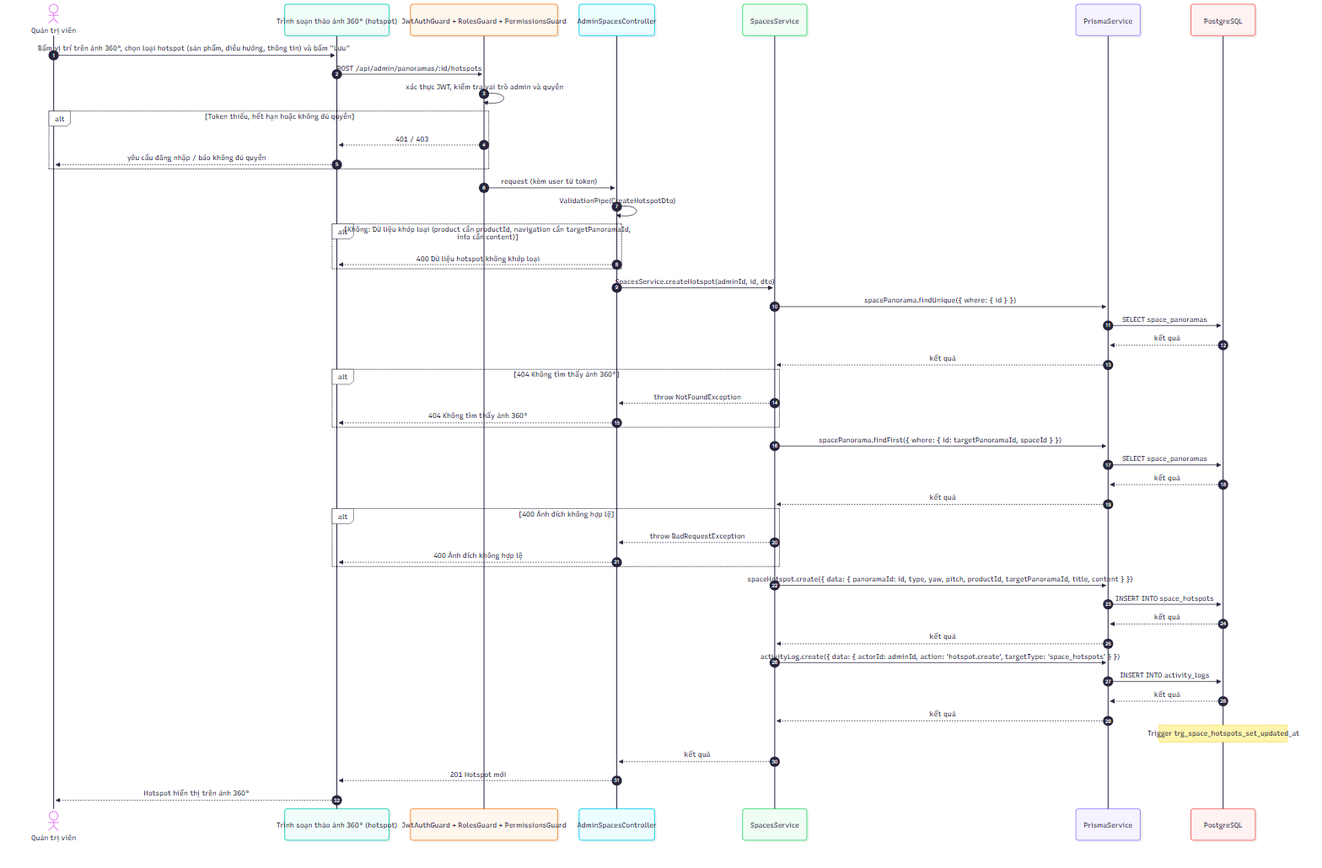
2431540234-arch/XDUDTMDT keeps this Mermaid diagram as docs/diagrams/png/sequence_UC-ADM-16_quan-ly-diem-tuong-tac-hotspot-tren-anh-360.png. Above is the earlier version. Its source is kept beside it as docs/diagrams/src/sequence_UC-ADM-16_quan-ly-diem-tuong-tac-hotspot-tren-anh-360.mmd. The source it was exported from:
```mermaid
sequenceDiagram
    autonumber
    actor A as Quản trị viên
    participant FE as Trình soạn thảo ảnh 360° (hotspot)
    participant G as JwtAuthGuard + RolesGuard + PermissionsGuard
    participant C as AdminSpacesController
    participant S as SpacesService
    participant P as PrismaService
    participant D as PostgreSQL
    A->>FE: Bấm vị trí trên ảnh 360°, chọn loại hotspot (sản phẩm, điều hướng, thông tin) và bấm "Lưu"
    FE->>G: POST /api/admin/panoramas/:id/hotspots
    G->>G: xác thực JWT, kiểm tra vai trò admin và quyền
    alt Token thiếu, hết hạn hoặc không đủ quyền
        G-->>FE: 401 / 403
        FE-->>A: yêu cầu đăng nhập / báo không đủ quyền
    end
    G->>C: request (kèm user từ token)
    C->>C: ValidationPipe(CreateHotspotDto)
    alt Không: Dữ liệu khớp loại (product cần productId, navigation cần targetPanoramaId, info cần content)
        C-->>FE: 400 Dữ liệu hotspot không khớp loại
    end
    C->>S: SpacesService.createHotspot(adminId, id, dto)
    S->>P: spacePanorama.findUnique({ where: { id } })
    P->>D: SELECT space_panoramas
    D-->>P: kết quả
    P-->>S: kết quả
    alt 404 Không tìm thấy ảnh 360°
        S-->>C: throw NotFoundException
        C-->>FE: 404 Không tìm thấy ảnh 360°
    end
    S->>P: spacePanorama.findFirst({ where: { id: targetPanoramaId, spaceId } })
    P->>D: SELECT space_panoramas
    D-->>P: kết quả
    P-->>S: kết quả
    alt 400 Ảnh đích không hợp lệ
        S-->>C: throw BadRequestException
        C-->>FE: 400 Ảnh đích không hợp lệ
    end
    S->>P: spaceHotspot.create({ data: { panoramaId: id, type, yaw, pitch, productId, targetPanoramaId, title, content } })
    P->>D: INSERT INTO space_hotspots
    D-->>P: kết quả
    P-->>S: kết quả
    S->>P: activityLog.create({ data: { actorId: adminId, action: 'hotspot.create', targetType: 'space_hotspots' } })
    P->>D: INSERT INTO activity_logs
    D-->>P: kết quả
    P-->>S: kết quả
    Note over D: Trigger trg_space_hotspots_set_updated_at
    S-->>C: kết quả
    C-->>FE: 201 Hotspot mới
    FE-->>A: Hotspot hiển thị trên ảnh 360°
```
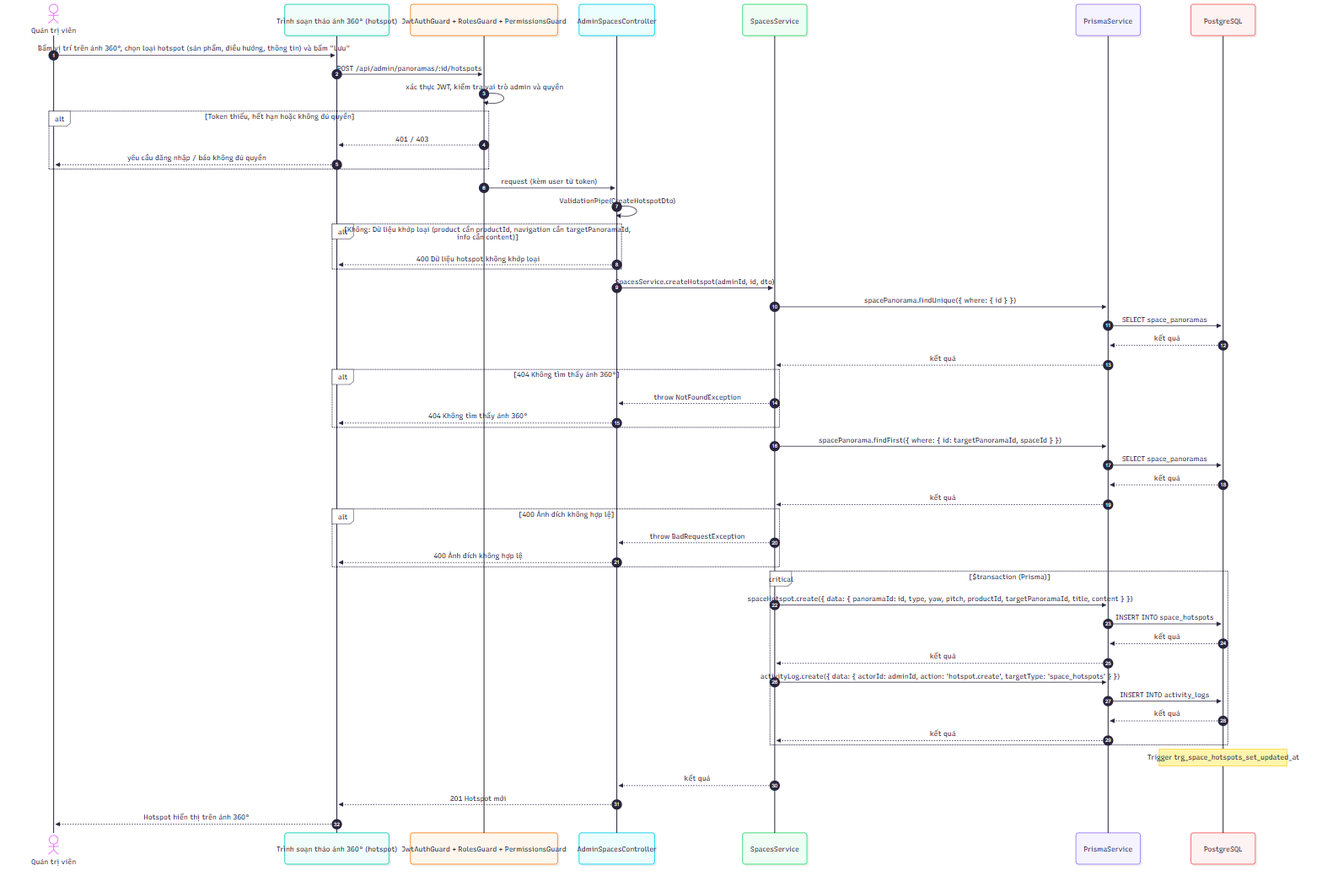
Later version of the same file.

What changed in the source:
```diff
@@ -36,14 +36,16 @@
         S-->>C: throw BadRequestException
         C-->>FE: 400 Ảnh đích không hợp lệ
     end
-    S->>P: spaceHotspot.create({ data: { panoramaId: id, type, yaw, pitch, productId, targetPanoramaId, title, content } })
-    P->>D: INSERT INTO space_hotspots
-    D-->>P: kết quả
-    P-->>S: kết quả
-    S->>P: activityLog.create({ data: { actorId: adminId, action: 'hotspot.create', targetType: 'space_hotspots' } })
-    P->>D: INSERT INTO activity_logs
-    D-->>P: kết quả
-    P-->>S: kết quả
+    critical $transaction (Prisma)
+        S->>P: spaceHotspot.create({ data: { panoramaId: id, type, yaw, pitch, productId, targetPanoramaId, title, content } })
+        P->>D: INSERT INTO space_hotspots
+        D-->>P: kết quả
+        P-->>S: kết quả
+        S->>P: activityLog.create({ data: { actorId: adminId, action: 'hotspot.create', targetType: 'space_hotspots' } })
+        P->>D: INSERT INTO activity_logs
+        D-->>P: kết quả
+        P-->>S: kết quả
+    end
     Note over D: Trigger trg_space_hotspots_set_updated_at
     S-->>C: kết quả
     C-->>FE: 201 Hotspot mới
```
